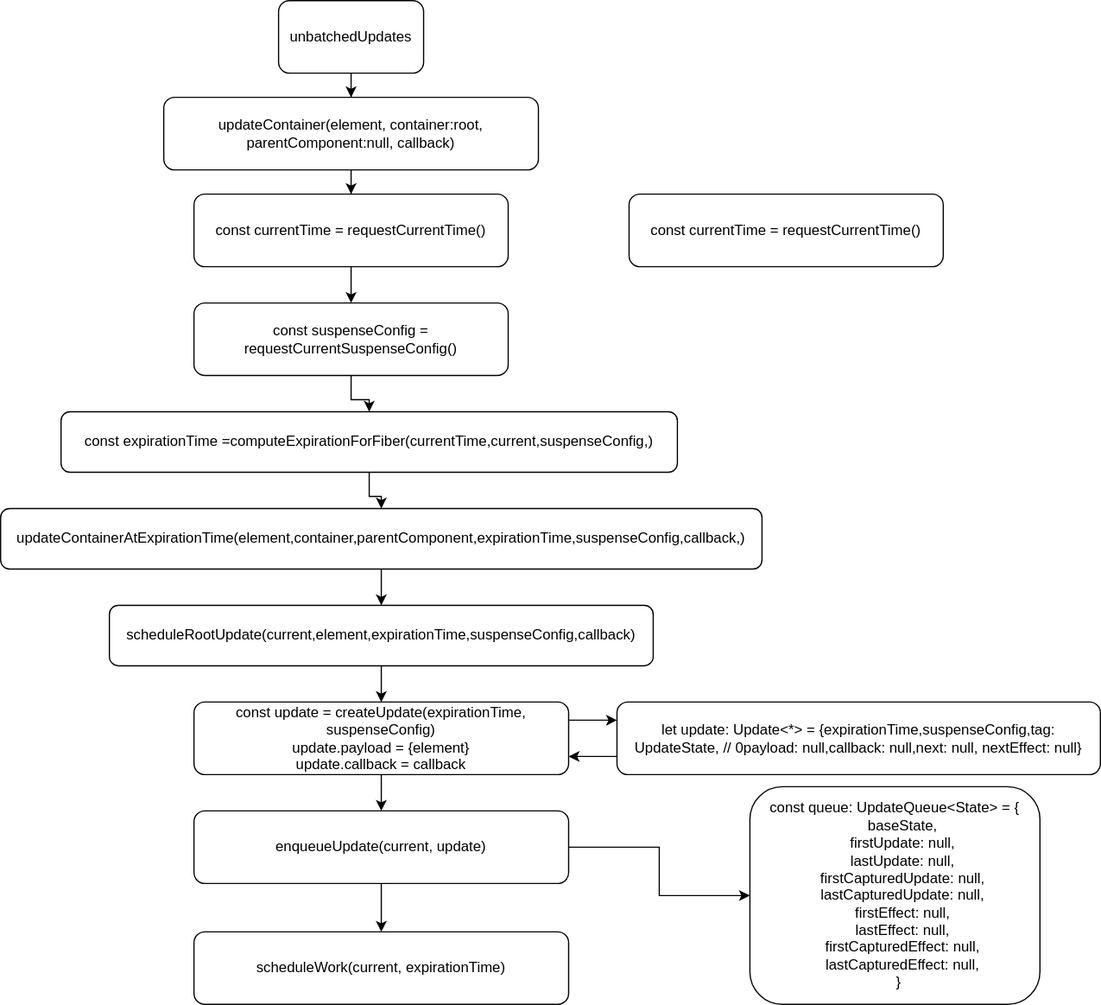
The draw.io diagram react16.10/图片/updateContainer.svg in gwtjs/read-code, before a commit. Source tidied: cells renumbered, new cells last; positions are measured from the earlier drawing's top-left corner, leaving out a move shared by most shapes.
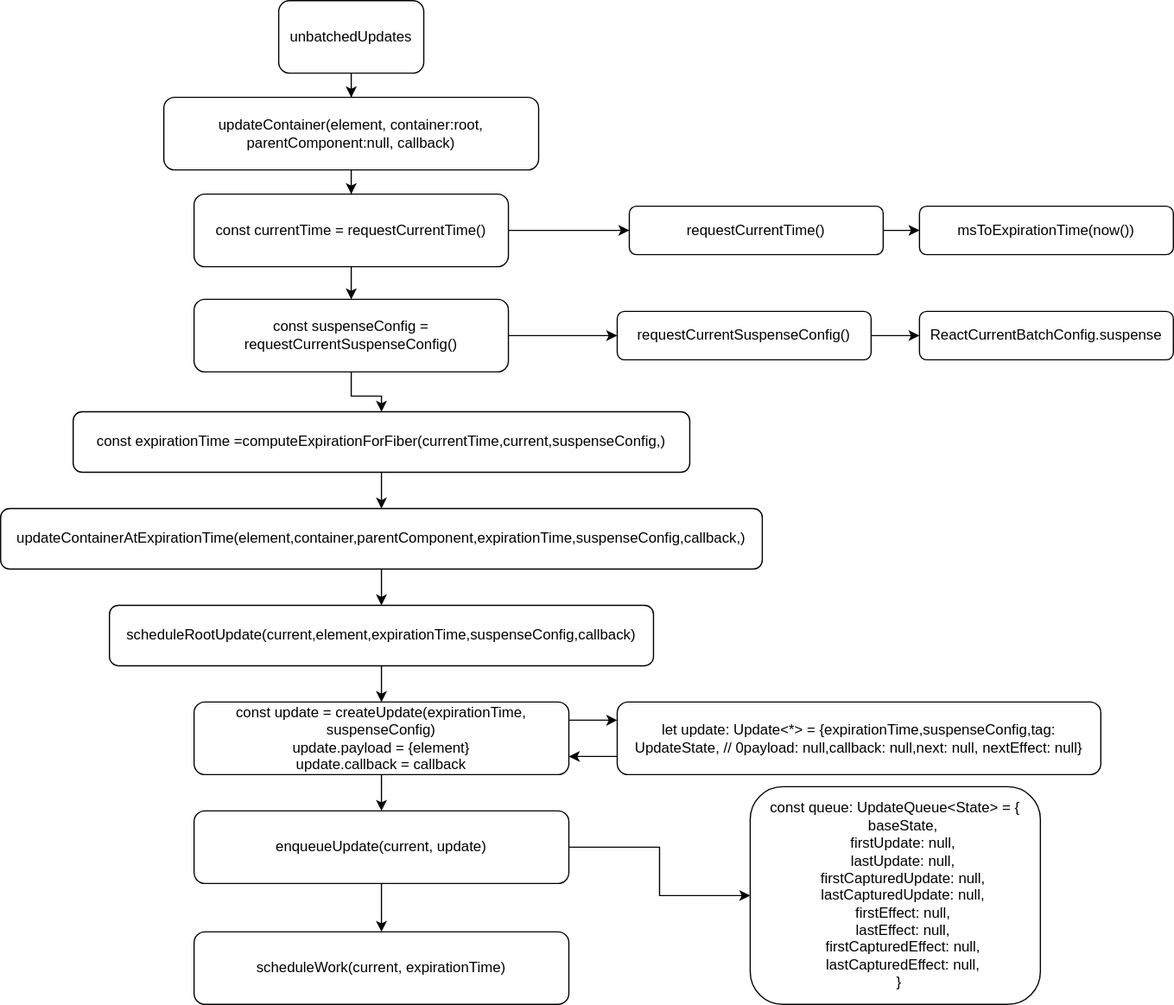
After the change.

Diff of the diagram source:
```diff
@@ -17,20 +17,26 @@
     <mxCell id="6" style="edgeStyle=orthogonalEdgeStyle;rounded=0;jettySize=auto;html=1;" parent="1" edge="1" source="7" target="9">
       <mxGeometry relative="1" as="geometry" />
     </mxCell>
+    <mxCell id="27" style="edgeStyle=orthogonalEdgeStyle;rounded=0;jettySize=auto;html=1;exitX=1;exitY=0.5;exitDx=0;exitDy=0;" parent="1" edge="1" source="7" target="23">
+      <mxGeometry relative="1" as="geometry" />
+    </mxCell>
     <mxCell id="7" value="const currentTime = requestCurrentTime()" style="rounded=1;whiteSpace=wrap;html=1;" parent="1" vertex="1">
       <mxGeometry x="160" y="160" width="260" height="60" as="geometry" />
     </mxCell>
     <mxCell id="8" style="edgeStyle=orthogonalEdgeStyle;rounded=0;jettySize=auto;html=1;exitX=0.5;exitY=1;exitDx=0;exitDy=0;" parent="1" edge="1" source="9" target="11">
       <mxGeometry relative="1" as="geometry" />
     </mxCell>
+    <mxCell id="28" style="edgeStyle=orthogonalEdgeStyle;rounded=0;jettySize=auto;html=1;exitX=1;exitY=0.5;exitDx=0;exitDy=0;entryX=0;entryY=0.5;entryDx=0;entryDy=0;" parent="1" edge="1" source="9" target="32">
+      <mxGeometry relative="1" as="geometry" />
+    </mxCell>
     <mxCell id="9" value="const suspenseConfig = requestCurrentSuspenseConfig()" style="rounded=1;whiteSpace=wrap;html=1;" parent="1" vertex="1">
-      <mxGeometry x="160" y="250" width="260" height="60" as="geometry" />
+      <mxGeometry x="160" y="247" width="260" height="60" as="geometry" />
     </mxCell>
     <mxCell id="10" style="edgeStyle=orthogonalEdgeStyle;rounded=0;jettySize=auto;html=1;exitX=0.5;exitY=1;exitDx=0;exitDy=0;" parent="1" edge="1" source="11" target="13">
       <mxGeometry relative="1" as="geometry" />
     </mxCell>
     <mxCell id="11" value="&lt;div&gt;const expirationTime =computeExpirationForFiber(&lt;span&gt;currentTime,&lt;/span&gt;&lt;span&gt;current,&lt;/span&gt;&lt;span&gt;suspenseConfig,&lt;/span&gt;&lt;span&gt;)&lt;/span&gt;&lt;/div&gt;" style="rounded=1;whiteSpace=wrap;html=1;" parent="1" vertex="1">
-      <mxGeometry x="50" y="340" width="510" height="50" as="geometry" />
+      <mxGeometry x="60" y="340" width="510" height="50" as="geometry" />
     </mxCell>
     <mxCell id="12" style="edgeStyle=orthogonalEdgeStyle;rounded=0;jettySize=auto;html=1;exitX=0.5;exitY=1;exitDx=0;exitDy=0;" parent="1" edge="1" source="13" target="15">
       <mxGeometry relative="1" as="geometry" />
@@ -65,8 +71,11 @@
     <mxCell id="22" value="scheduleWork(current, expirationTime)" style="rounded=1;whiteSpace=wrap;html=1;" parent="1" vertex="1">
       <mxGeometry x="160" y="770" width="310" height="60" as="geometry" />
     </mxCell>
+    <mxCell id="29" style="edgeStyle=orthogonalEdgeStyle;rounded=0;jettySize=auto;html=1;exitX=1;exitY=0.5;exitDx=0;exitDy=0;" parent="1" edge="1" source="23" target="30">
+      <mxGeometry relative="1" as="geometry" />
+    </mxCell>
-    <mxCell id="23" value="const currentTime = requestCurrentTime()" style="rounded=1;whiteSpace=wrap;html=1;" parent="1" vertex="1">
-      <mxGeometry x="520" y="160" width="260" height="60" as="geometry" />
+    <mxCell id="23" value="requestCurrentTime()" style="rounded=1;whiteSpace=wrap;html=1;" parent="1" vertex="1">
+      <mxGeometry x="520" y="170" width="210" height="40" as="geometry" />
     </mxCell>
     <mxCell id="24" style="edgeStyle=orthogonalEdgeStyle;rounded=0;jettySize=auto;html=1;exitX=0;exitY=0.75;exitDx=0;exitDy=0;entryX=1;entryY=0.75;entryDx=0;entryDy=0;" parent="1" edge="1" source="25" target="18">
       <mxGeometry relative="1" as="geometry" />
@@ -77,5 +86,17 @@
     <mxCell id="26" value="&lt;div&gt;const queue: UpdateQueue&amp;lt;State&amp;gt; = {&lt;/div&gt;&lt;div&gt;&amp;nbsp; &amp;nbsp; baseState,&lt;/div&gt;&lt;div&gt;&amp;nbsp; &amp;nbsp; firstUpdate: null,&lt;/div&gt;&lt;div&gt;&amp;nbsp; &amp;nbsp; lastUpdate: null,&lt;/div&gt;&lt;div&gt;&amp;nbsp; &amp;nbsp; firstCapturedUpdate: null,&lt;/div&gt;&lt;div&gt;&amp;nbsp; &amp;nbsp; lastCapturedUpdate: null,&lt;/div&gt;&lt;div&gt;&amp;nbsp; &amp;nbsp; firstEffect: null,&lt;/div&gt;&lt;div&gt;&amp;nbsp; &amp;nbsp; lastEffect: null,&lt;/div&gt;&lt;div&gt;&amp;nbsp; &amp;nbsp; firstCapturedEffect: null,&lt;/div&gt;&lt;div&gt;&amp;nbsp; &amp;nbsp; lastCapturedEffect: null,&lt;/div&gt;&lt;div&gt;&amp;nbsp; }&lt;/div&gt;" style="rounded=1;whiteSpace=wrap;html=1;" parent="1" vertex="1">
       <mxGeometry x="620" y="650" width="240" height="180" as="geometry" />
     </mxCell>
+    <mxCell id="30" value="msToExpirationTime(now())" style="rounded=1;whiteSpace=wrap;html=1;" parent="1" vertex="1">
+      <mxGeometry x="760" y="170" width="210" height="40" as="geometry" />
+    </mxCell>
+    <mxCell id="31" style="edgeStyle=orthogonalEdgeStyle;rounded=0;jettySize=auto;html=1;exitX=1;exitY=0.5;exitDx=0;exitDy=0;" parent="1" edge="1" source="32" target="33">
+      <mxGeometry relative="1" as="geometry" />
+    </mxCell>
+    <mxCell id="32" value="requestCurrentSuspenseConfig()" style="rounded=1;whiteSpace=wrap;html=1;" parent="1" vertex="1">
+      <mxGeometry x="510" y="257" width="210" height="40" as="geometry" />
+    </mxCell>
+    <mxCell id="33" value="ReactCurrentBatchConfig.suspense" style="rounded=1;whiteSpace=wrap;html=1;" parent="1" vertex="1">
+      <mxGeometry x="760" y="257" width="210" height="40" as="geometry" />
+    </mxCell>
   </root>
 </mxGraphModel>
```
